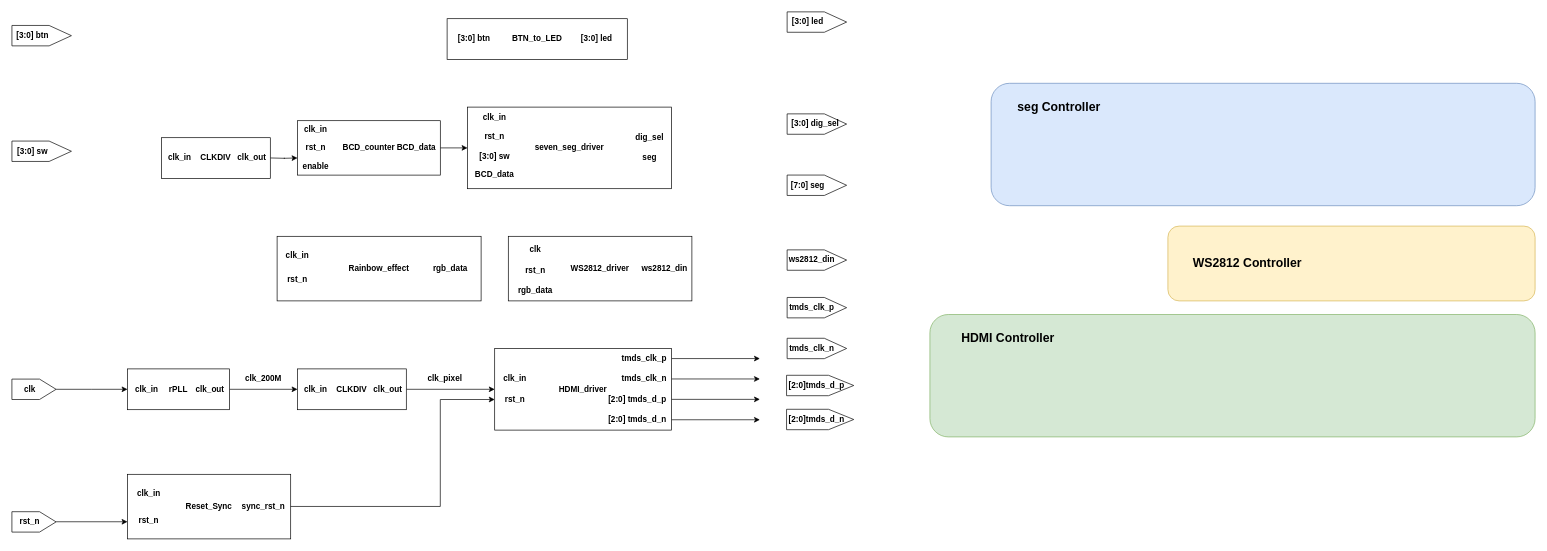
zeandon/draw.io keeps this draw.io diagram as 板级测试工程框图.drawio. Above is the earlier version. Source tidied: cells renumbered, new cells numbered last; positions are measured from the earlier drawing's top-left corner, leaving out a move shared by most shapes. Both pictures are drawn from the tidied source at 68%, with x=0, y=0 at pixel (12, -8).
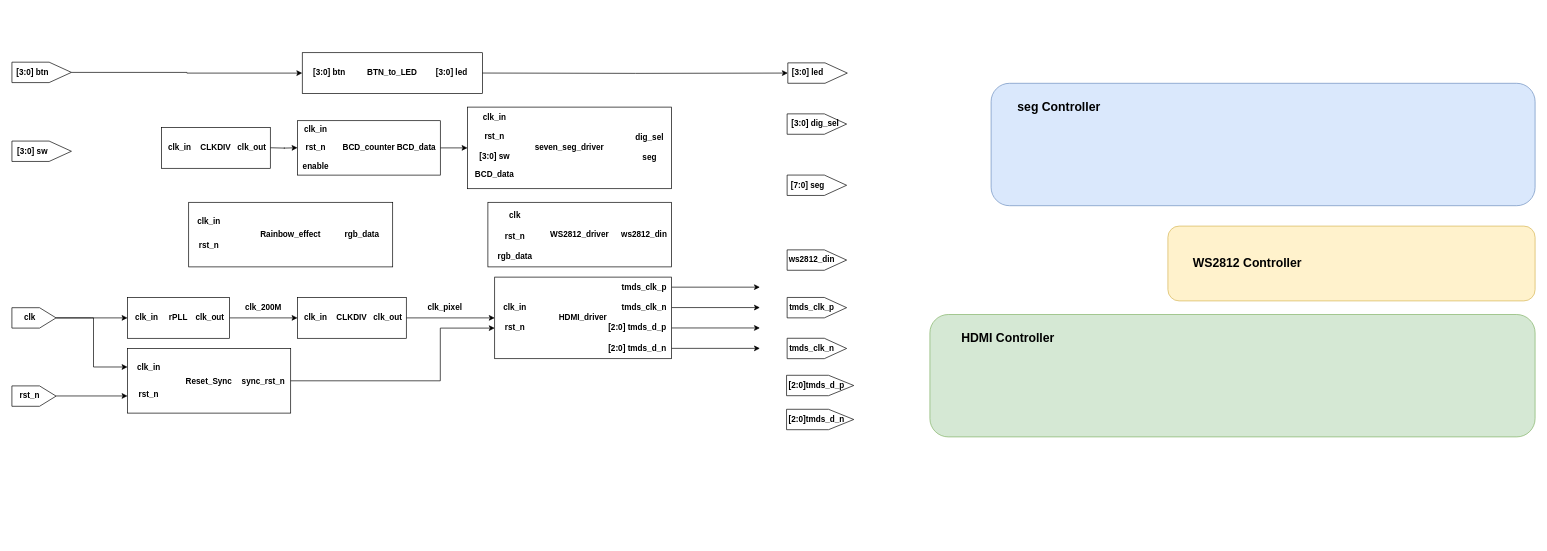
The same diagram, later.

Commit message (it also covers changes not shown here):
更新板级测试工程框图.drawio

The change refers to these unchanged cells:
```xml
<mxCell id="32" value="rst_n" style="text;html=1;whiteSpace=wrap;strokeColor=none;fillColor=none;align=center;verticalAlign=middle;rounded=0;fontStyle=1;" parent="25" vertex="1">
  <mxGeometry y="60" width="60" height="30" as="geometry" />
</mxCell>
<mxCell id="35" style="shape=offPageConnector;whiteSpace=wrap;html=1;rotation=-90;fontStyle=1;" parent="34" vertex="1">
  <mxGeometry x="17.5" y="-17.5" width="30" height="65" as="geometry" />
</mxCell>
<mxCell id="90" value="BTN_to_LED" style="rounded=0;whiteSpace=wrap;html=1;fontStyle=1;" parent="89" vertex="1">
  <mxGeometry width="265" height="60" as="geometry" />
</mxCell>
```

What changed in the source:
```diff
@@
     <mxCell id="7" value="Reset_Sync" style="rounded=0;whiteSpace=wrap;html=1;fontStyle=1;" parent="1" vertex="1">
-      <mxGeometry x="170" y="709" width="240" height="95" as="geometry" />
+      <mxGeometry x="170" y="524" width="240" height="95" as="geometry" />
     </mxCell>
     <mxCell id="8" style="edgeStyle=orthogonalEdgeStyle;rounded=0;orthogonalLoop=1;jettySize=auto;html=1;fontStyle=1;" parent="1" edge="1">
       <mxGeometry relative="1" as="geometry">
-        <mxPoint x="380" y="243.8" as="sourcePoint" />
-        <mxPoint x="420" y="243.8" as="targetPoint" />
+        <mxPoint x="380" y="228.8" as="sourcePoint" />
+        <mxPoint x="420" y="228.8" as="targetPoint" />
       </mxGeometry>
     </mxCell>
@@
-    <mxCell id="10" value="WS2812_driver" style="rounded=0;whiteSpace=wrap;html=1;fontStyle=1;" parent="1" vertex="1">
-      <mxGeometry x="730" y="359" width="270" height="95" as="geometry" />
-    </mxCell>
     <mxCell id="11" style="group;fontStyle=1;" parent="1" vertex="1">
-      <mxGeometry x="170" y="554" width="150" height="60" as="geometry" />
+      <mxGeometry x="170" y="449" width="150" height="60" as="geometry" />
     </mxCell>
@@
     <mxCell id="15" style="group;fontStyle=1;" parent="1" vertex="1">
-      <mxGeometry x="420" y="554" width="160" height="60" as="geometry" />
+      <mxGeometry x="420" y="449" width="160" height="60" as="geometry" />
     </mxCell>
@@
     <mxCell id="19" value="clk_200M" style="text;html=1;whiteSpace=wrap;strokeColor=none;fillColor=none;align=center;verticalAlign=middle;rounded=0;fontStyle=1;" parent="1" vertex="1">
-      <mxGeometry x="340" y="554" width="60" height="30" as="geometry" />
+      <mxGeometry x="340" y="449" width="60" height="30" as="geometry" />
     </mxCell>
     <mxCell id="20" value="clk_pixel" style="text;html=1;whiteSpace=wrap;strokeColor=none;fillColor=none;align=center;verticalAlign=middle;rounded=0;fontStyle=1;" parent="1" vertex="1">
-      <mxGeometry x="607" y="554" width="60" height="30" as="geometry" />
+      <mxGeometry x="607" y="449" width="60" height="30" as="geometry" />
     </mxCell>
     <mxCell id="21" style="edgeStyle=orthogonalEdgeStyle;rounded=0;orthogonalLoop=1;jettySize=auto;html=1;fontStyle=1;" parent="1" edge="1">
       <mxGeometry relative="1" as="geometry">
-        <mxPoint x="970" y="538.8" as="sourcePoint" />
-        <mxPoint x="1100" y="538.8" as="targetPoint" />
+        <mxPoint x="970" y="433.8" as="sourcePoint" />
+        <mxPoint x="1100" y="433.8" as="targetPoint" />
       </mxGeometry>
     </mxCell>
     <mxCell id="22" style="edgeStyle=orthogonalEdgeStyle;rounded=0;orthogonalLoop=1;jettySize=auto;html=1;fontStyle=1;" parent="1" edge="1">
       <mxGeometry relative="1" as="geometry">
-        <mxPoint x="970" y="568.8" as="sourcePoint" />
-        <mxPoint x="1100" y="568.8" as="targetPoint" />
+        <mxPoint x="970" y="463.8" as="sourcePoint" />
+        <mxPoint x="1100" y="463.8" as="targetPoint" />
       </mxGeometry>
     </mxCell>
     <mxCell id="23" style="edgeStyle=orthogonalEdgeStyle;rounded=0;orthogonalLoop=1;jettySize=auto;html=1;fontStyle=1;" parent="1" edge="1">
       <mxGeometry relative="1" as="geometry">
-        <mxPoint x="970" y="598.8" as="sourcePoint" />
-        <mxPoint x="1100" y="598.8" as="targetPoint" />
+        <mxPoint x="970" y="493.8" as="sourcePoint" />
+        <mxPoint x="1100" y="493.8" as="targetPoint" />
       </mxGeometry>
     </mxCell>
     <mxCell id="24" style="edgeStyle=orthogonalEdgeStyle;rounded=0;orthogonalLoop=1;jettySize=auto;html=1;fontStyle=1;" parent="1" edge="1">
       <mxGeometry relative="1" as="geometry">
-        <mxPoint x="970" y="628.8" as="sourcePoint" />
-        <mxPoint x="1100" y="628.8" as="targetPoint" />
+        <mxPoint x="970" y="523.8" as="sourcePoint" />
+        <mxPoint x="1100" y="523.8" as="targetPoint" />
       </mxGeometry>
     </mxCell>
     <mxCell id="25" style="group;fontStyle=1;" parent="1" vertex="1">
-      <mxGeometry x="710" y="524" width="260" height="120" as="geometry" />
+      <mxGeometry x="710" y="419" width="260" height="120" as="geometry" />
     </mxCell>
@@
     <mxCell id="33" style="edgeStyle=orthogonalEdgeStyle;rounded=0;jettySize=auto;html=1;exitX=0.5;exitY=1;exitDx=0;exitDy=0;fontStyle=1;" parent="1" edge="1" source="35">
       <mxGeometry relative="1" as="geometry">
-        <mxPoint x="170" y="584" as="targetPoint" />
+        <mxPoint x="170" y="479" as="targetPoint" />
       </mxGeometry>
     </mxCell>
     <mxCell id="34" style="group;fontStyle=1;" parent="1" vertex="1">
-      <mxGeometry y="569" width="65" height="30" as="geometry" />
+      <mxGeometry y="464" width="65" height="30" as="geometry" />
     </mxCell>
@@
     <mxCell id="37" style="group;fontStyle=1;" parent="1" vertex="1">
-      <mxGeometry y="764" width="65" height="30" as="geometry" />
+      <mxGeometry y="579" width="65" height="30" as="geometry" />
     </mxCell>
@@
     <mxCell id="40" style="group;fontStyle=1;" parent="1" vertex="1">
-      <mxGeometry y="49" width="87.5" height="30" as="geometry" />
+      <mxGeometry y="104" width="87.5" height="30" as="geometry" />
     </mxCell>
     <mxCell id="41" style="shape=offPageConnector;whiteSpace=wrap;html=1;rotation=-90;fontStyle=1;" parent="40" vertex="1">
-      <mxGeometry x="28.8" y="-28.8" width="30" height="87.5" as="geometry" />
+      <mxGeometry x="28.8" y="-29.8" width="30" height="87.5" as="geometry" />
     </mxCell>
@@
     <mxCell id="46" style="group;fontStyle=1;" parent="1" vertex="1">
-      <mxGeometry x="1140" y="29" width="87.5" height="30" as="geometry" />
+      <mxGeometry x="1140" y="104" width="87.5" height="30" as="geometry" />
     </mxCell>
     <mxCell id="47" style="shape=offPageConnector;whiteSpace=wrap;html=1;rotation=-90;fontStyle=1;" parent="46" vertex="1">
-      <mxGeometry x="28.8" y="-28.8" width="30" height="87.5" as="geometry" />
+      <mxGeometry x="29.8" y="-28.8" width="30" height="87.5" as="geometry" />
     </mxCell>
@@
     <mxCell id="68" style="edgeStyle=orthogonalEdgeStyle;rounded=0;orthogonalLoop=1;jettySize=auto;html=1;exitX=0.5;exitY=1;exitDx=0;exitDy=0;fontStyle=1;" parent="1" edge="1">
       <mxGeometry relative="1" as="geometry">
-        <mxPoint x="65" y="778.8" as="sourcePoint" />
-        <mxPoint x="170" y="778.8" as="targetPoint" />
+        <mxPoint x="65" y="593.8" as="sourcePoint" />
+        <mxPoint x="170" y="593.8" as="targetPoint" />
       </mxGeometry>
     </mxCell>
     <mxCell id="69" value="clk_in" style="text;html=1;whiteSpace=wrap;strokeColor=none;fillColor=none;align=center;verticalAlign=middle;rounded=0;fontStyle=1;" parent="1" vertex="1">
-      <mxGeometry x="180" y="721.5" width="42.9" height="30" as="geometry" />
+      <mxGeometry x="180" y="536.5" width="42.9" height="30" as="geometry" />
     </mxCell>
     <mxCell id="70" value="rst_n" style="text;html=1;whiteSpace=wrap;strokeColor=none;fillColor=none;align=center;verticalAlign=middle;rounded=0;fontStyle=1;" parent="1" vertex="1">
-      <mxGeometry x="180" y="761.5" width="42.9" height="30" as="geometry" />
+      <mxGeometry x="180" y="576.5" width="42.9" height="30" as="geometry" />
     </mxCell>
     <mxCell id="71" value="sync_rst_n" style="text;html=1;whiteSpace=wrap;strokeColor=none;fillColor=none;align=center;verticalAlign=middle;rounded=0;fontStyle=1;" parent="1" vertex="1">
-      <mxGeometry x="335" y="741.5" width="70" height="30" as="geometry" />
+      <mxGeometry x="335" y="556.5" width="70" height="30" as="geometry" />
     </mxCell>
     <mxCell id="72" style="group;fontStyle=1;" parent="1" vertex="1">
-      <mxGeometry x="220" y="214" width="160" height="60" as="geometry" />
+      <mxGeometry x="220" y="199" width="160" height="60" as="geometry" />
     </mxCell>
@@
     <mxCell id="89" style="group;fontStyle=1;" parent="1" vertex="1">
-      <mxGeometry x="640" y="39" width="265" height="60" as="geometry" />
+      <mxGeometry x="427" y="89" width="265" height="60" as="geometry" />
     </mxCell>
@@
-    <mxCell id="96" style="edgeStyle=orthogonalEdgeStyle;rounded=0;jettySize=auto;html=1;exitX=0.5;exitY=1;exitDx=0;exitDy=0;fontStyle=1;entryX=0;entryY=0.5;entryDx=0;entryDy=0;" parent="1" edge="1" target="32">
+    <mxCell id="96" style="edgeStyle=orthogonalEdgeStyle;rounded=0;jettySize=auto;html=1;fontStyle=1;entryX=0;entryY=0.5;entryDx=0;entryDy=0;exitX=1;exitY=0.5;exitDx=0;exitDy=0;" parent="1" edge="1" source="7" target="32">
       <mxGeometry relative="1" as="geometry">
-        <mxPoint x="410" y="756.3" as="sourcePoint" />
         <Array as="points">
-          <mxPoint x="630" y="756" />
-          <mxPoint x="630" y="599" />
+          <mxPoint x="630" y="572" />
+          <mxPoint x="630" y="494" />
         </Array>
       </mxGeometry>
     </mxCell>
     <mxCell id="97" style="group;" parent="1" vertex="1">
-      <mxGeometry x="390" y="359" width="300" height="95" as="geometry" />
+      <mxGeometry x="260" y="309" width="300" height="95" as="geometry" />
     </mxCell>
@@
+    <mxCell id="106" style="group;" parent="1" vertex="1">
+      <mxGeometry x="700" y="309" width="270" height="95" as="geometry" />
+    </mxCell>
+    <mxCell id="10" value="WS2812_driver" style="rounded=0;whiteSpace=wrap;html=1;fontStyle=1;" parent="106" vertex="1">
+      <mxGeometry width="270" height="95" as="geometry" />
+    </mxCell>
-    <mxCell id="102" value="clk" style="text;html=1;whiteSpace=wrap;strokeColor=none;fillColor=none;align=center;verticalAlign=middle;rounded=0;fontStyle=1;" parent="1" vertex="1">
-      <mxGeometry x="750" y="364" width="40" height="30" as="geometry" />
+    <mxCell id="102" value="clk" style="text;html=1;whiteSpace=wrap;strokeColor=none;fillColor=none;align=center;verticalAlign=middle;rounded=0;fontStyle=1;" parent="106" vertex="1">
+      <mxGeometry x="20" y="5" width="40" height="30" as="geometry" />
     </mxCell>
-    <mxCell id="103" value="rst_n" style="text;html=1;whiteSpace=wrap;strokeColor=none;fillColor=none;align=center;verticalAlign=middle;rounded=0;fontStyle=1;" parent="1" vertex="1">
-      <mxGeometry x="750" y="394" width="40" height="30" as="geometry" />
+    <mxCell id="103" value="rst_n" style="text;html=1;whiteSpace=wrap;strokeColor=none;fillColor=none;align=center;verticalAlign=middle;rounded=0;fontStyle=1;" parent="106" vertex="1">
+      <mxGeometry x="20" y="35" width="40" height="30" as="geometry" />
     </mxCell>
-    <mxCell id="104" value="rgb_data" style="text;html=1;whiteSpace=wrap;strokeColor=none;fillColor=none;align=center;verticalAlign=middle;rounded=0;fontStyle=1;" parent="1" vertex="1">
-      <mxGeometry x="740" y="424" width="60" height="30" as="geometry" />
+    <mxCell id="104" value="rgb_data" style="text;html=1;whiteSpace=wrap;strokeColor=none;fillColor=none;align=center;verticalAlign=middle;rounded=0;fontStyle=1;" parent="106" vertex="1">
+      <mxGeometry x="10" y="65" width="60" height="30" as="geometry" />
     </mxCell>
-    <mxCell id="105" value="ws2812_din" style="text;html=1;whiteSpace=wrap;strokeColor=none;fillColor=none;align=center;verticalAlign=middle;rounded=0;fontStyle=1;" parent="1" vertex="1">
-      <mxGeometry x="920" y="391.5" width="80" height="30" as="geometry" />
+    <mxCell id="105" value="ws2812_din" style="text;html=1;whiteSpace=wrap;strokeColor=none;fillColor=none;align=center;verticalAlign=middle;rounded=0;fontStyle=1;" parent="106" vertex="1">
+      <mxGeometry x="190" y="32.5" width="80" height="30" as="geometry" />
     </mxCell>
+    <mxCell id="107" style="edgeStyle=orthogonalEdgeStyle;rounded=0;jettySize=auto;html=1;fontStyle=1;exitX=0.5;exitY=1;exitDx=0;exitDy=0;" parent="1" edge="1" source="35">
+      <mxGeometry relative="1" as="geometry">
+        <mxPoint x="170" y="551.2" as="targetPoint" />
+        <Array as="points">
+          <mxPoint x="120" y="479" />
+          <mxPoint x="120" y="551" />
+        </Array>
+      </mxGeometry>
+    </mxCell>
+    <mxCell id="108" style="edgeStyle=orthogonalEdgeStyle;rounded=0;jettySize=auto;html=1;fontStyle=1;entryX=0.5;entryY=0;entryDx=0;entryDy=0;" parent="1" edge="1" target="47">
+      <mxGeometry relative="1" as="geometry">
+        <mxPoint x="692" y="118.9" as="sourcePoint" />
+      </mxGeometry>
+    </mxCell>
+    <mxCell id="109" style="edgeStyle=orthogonalEdgeStyle;rounded=0;jettySize=auto;html=1;entryX=0;entryY=0.5;entryDx=0;entryDy=0;" parent="1" edge="1" source="41" target="90">
+      <mxGeometry relative="1" as="geometry" />
+    </mxCell>
```
